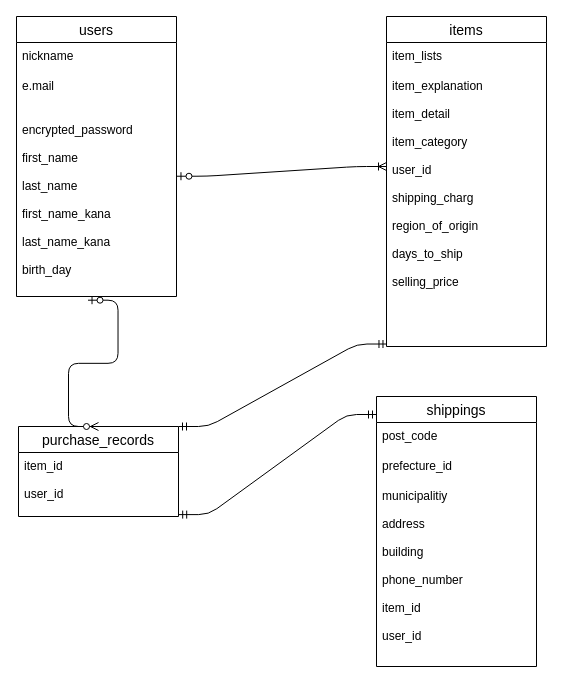
Before: test.dio in isukacoffee/furima-38197, a draw.io diagram. Source tidied: cells renumbered, new cells numbered last; positions are measured from the earlier drawing's top-left corner, leaving out a move shared by most shapes. Both pictures are drawn from the tidied source at 100%, with x=0, y=0 at pixel (16, 16).
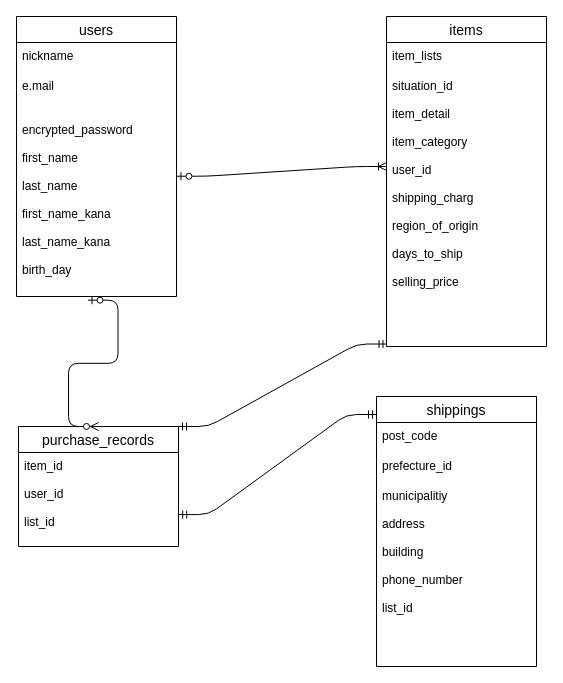
The same diagram, later.

The change refers to these unchanged cells:
```xml
<mxCell id="6" value="items" style="swimlane;fontStyle=0;horizontal=1;startSize=26;align=center;fontSize=14;" parent="1" vertex="1">
  <mxGeometry x="370" width="160" height="330" as="geometry" />
</mxCell>
<mxCell id="11" value="shippings" style="swimlane;fontStyle=0;horizontal=1;startSize=26;align=center;fontSize=14;" parent="1" vertex="1">
  <mxGeometry x="360" y="380" width="160" height="270" as="geometry" />
</mxCell>
```

What changed in the source:
```diff
@@
-    <mxCell id="8" value="item_explanation&#10;&#10;item_detail&#10;&#10;item_category&#10;&#10;user_id&#10;&#10;shipping_charg&#10;&#10;region_of_origin&#10;&#10;days_to_ship&#10;&#10;selling_price" style="text;strokeColor=none;fillColor=none;spacingLeft=4;spacingRight=4;overflow=hidden;points=[[0,0.5],[1,0.5]];portConstraint=eastwest;fontSize=12;" parent="6" vertex="1">
+    <mxCell id="8" value="situation_id&#10;&#10;item_detail&#10;&#10;item_category&#10;&#10;user_id&#10;&#10;shipping_charg&#10;&#10;region_of_origin&#10;&#10;days_to_ship&#10;&#10;selling_price" style="text;strokeColor=none;fillColor=none;spacingLeft=4;spacingRight=4;overflow=hidden;points=[[0,0.5],[1,0.5]];portConstraint=eastwest;fontSize=12;" parent="6" vertex="1">
       <mxGeometry y="56" width="160" height="274" as="geometry" />
     </mxCell>
     <mxCell id="9" value="purchase_records" style="swimlane;fontStyle=0;horizontal=1;startSize=26;align=center;fontSize=14;" parent="1" vertex="1">
-      <mxGeometry x="2" y="410" width="160" height="90" as="geometry" />
+      <mxGeometry x="2" y="410" width="160" height="120" as="geometry" />
     </mxCell>
-    <mxCell id="10" value="item_id&#10;&#10;user_id" style="text;strokeColor=none;fillColor=none;spacingLeft=4;spacingRight=4;overflow=hidden;fontSize=12;" parent="9" vertex="1">
-      <mxGeometry y="26" width="160" height="64" as="geometry" />
+    <mxCell id="10" value="item_id&#10;&#10;user_id&#10;&#10;list_id" style="text;strokeColor=none;fillColor=none;spacingLeft=4;spacingRight=4;overflow=hidden;fontSize=12;" parent="9" vertex="1">
+      <mxGeometry y="26" width="160" height="94" as="geometry" />
     </mxCell>
@@
-    <mxCell id="14" value="municipalitiy&#10;&#10;address&#10;&#10;building&#10;&#10;phone_number&#10;&#10;item_id&#10;&#10;user_id&#10;" style="text;strokeColor=none;fillColor=none;spacingLeft=4;spacingRight=4;overflow=hidden;fontSize=12;" parent="11" vertex="1">
+    <mxCell id="14" value="municipalitiy&#10;&#10;address&#10;&#10;building&#10;&#10;phone_number&#10;&#10;list_id&#10;" style="text;strokeColor=none;fillColor=none;spacingLeft=4;spacingRight=4;overflow=hidden;fontSize=12;" parent="11" vertex="1">
       <mxGeometry y="86" width="160" height="184" as="geometry" />
     </mxCell>
```
